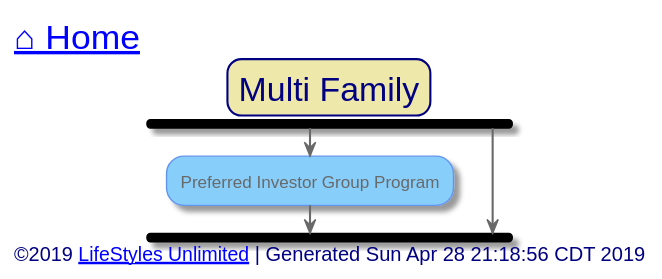
The PlantUML diagram out/src/multi-family/index.svg in toddmo/lifestylesunlimited, before a commit.
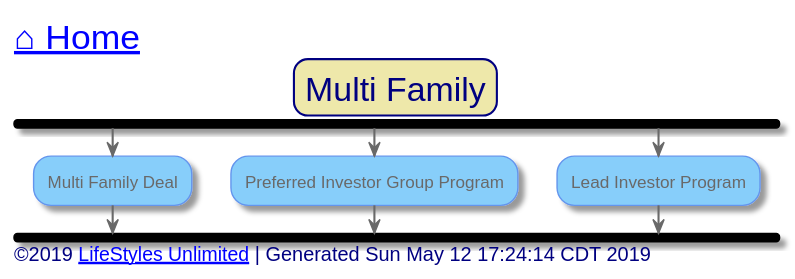
Later version of the same file.

Diff of the diagram source:
```diff
@@ -82,14 +82,17 @@
 	Title Multi Family
 
 	fork
+		[[multi-family-deal.svg?sanitize=true]]#LightSkyBlue:Multi Family Deal;
+	fork again
 		[[preferred-investor-group-program.svg?sanitize=true]]#LightSkyBlue:Preferred Investor Group Program;
 	fork again
+		[[lead-investor-program.svg?sanitize=true]]#LightSkyBlue:Lead Investor Program;
 	end fork
 
 
 
 left footer
-	<font size=14>©2019 [[http://www.lifestylesunlimited.com LifeStyles Unlimited]] | Generated Sun Apr 28 21:18:56 CDT 2019</font>
+	<font size=14>©2019 [[http://www.lifestylesunlimited.com LifeStyles Unlimited]] | Generated Sun May 12 17:24:14 CDT 2019</font>
 endfooter
 
 
```
